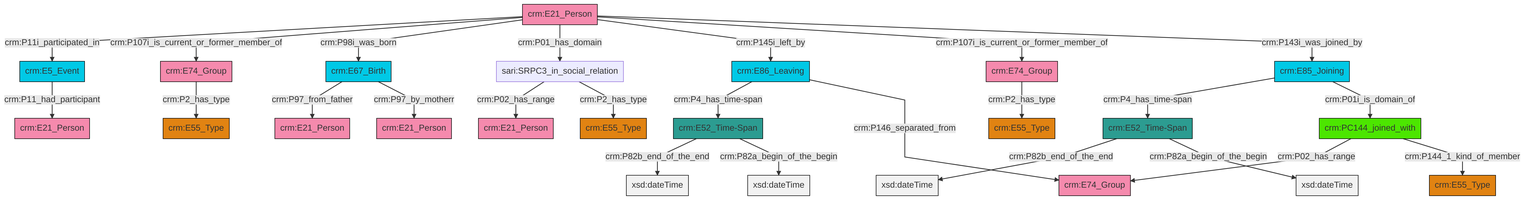
swiss-art-research-net/reference-data-models keeps this Mermaid diagram as et/personCSV/ttl/mmd/png/Person_Actor_Relations.png. Above is the earlier version. Its source is kept beside it as et/personCSV/ttl/mmd/Person_Actor_Relations.ttl.mmd.
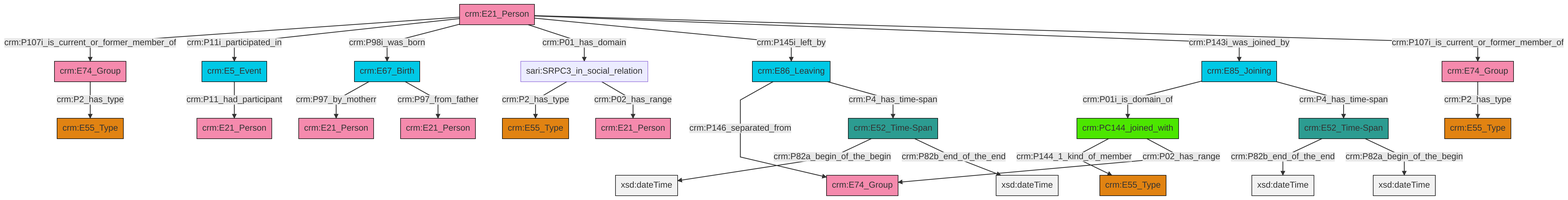
Later version of the same file.

Change to the diagram source:
```diff
@@ -13,27 +13,27 @@
 classDef PC_Classes fill:#4ce600, stroke:#000000;
 classDef Multi fill:#cccccc,stroke:#000000;
 
-0["crm:E21_Person"]:::Actor -->|crm:P11i_participated_in| 1["crm:E5_Event"]:::Temporal_Entity
-0["crm:E21_Person"]:::Actor -->|crm:P107i_is_current_or_former_member_of| 4["crm:E74_Group"]:::Actor
-5["crm:E52_Time-Span"]:::Time-Span -->|crm:P82b_end_of_the_end| 6[xsd:dateTime]:::Literal
-0["crm:E21_Person"]:::Actor -->|crm:P98i_was_born| 9["crm:E67_Birth"]:::Temporal_Entity
-17["crm:PC144_joined_with"]:::PC_Classes -->|crm:P02_has_range| 18["crm:E74_Group"]:::Actor
-15["crm:E85_Joining"]:::Temporal_Entity -->|crm:P4_has_time-span| 2["crm:E52_Time-Span"]:::Time-Span
-15["crm:E85_Joining"]:::Temporal_Entity -->|crm:P01i_is_domain_of| 17["crm:PC144_joined_with"]:::PC_Classes
-9["crm:E67_Birth"]:::Temporal_Entity -->|crm:P97_from_father| 21["crm:E21_Person"]:::Actor
-7["crm:E86_Leaving"]:::Temporal_Entity -->|crm:P4_has_time-span| 5["crm:E52_Time-Span"]:::Time-Span
-4["crm:E74_Group"]:::Actor -->|crm:P2_has_type| 25["crm:E55_Type"]:::Type
-9["crm:E67_Birth"]:::Temporal_Entity -->|crm:P97_by_motherr| 27["crm:E21_Person"]:::Actor
-1["crm:E5_Event"]:::Temporal_Entity -->|crm:P11_had_participant| 29["crm:E21_Person"]:::Actor
-5["crm:E52_Time-Span"]:::Time-Span -->|crm:P82a_begin_of_the_begin| 30[xsd:dateTime]:::Literal
-0["crm:E21_Person"]:::Actor -->|crm:P01_has_domain| 13["sari:SRPC3_in_social_relation"]:::Default
-0["crm:E21_Person"]:::Actor -->|crm:P145i_left_by| 7["crm:E86_Leaving"]:::Temporal_Entity
-7["crm:E86_Leaving"]:::Temporal_Entity -->|crm:P146_separated_from| 18["crm:E74_Group"]:::Actor
-2["crm:E52_Time-Span"]:::Time-Span -->|crm:P82b_end_of_the_end| 34[xsd:dateTime]:::Literal
-36["crm:E74_Group"]:::Actor -->|crm:P2_has_type| 11["crm:E55_Type"]:::Type
-0["crm:E21_Person"]:::Actor -->|crm:P107i_is_current_or_former_member_of| 36["crm:E74_Group"]:::Actor
-0["crm:E21_Person"]:::Actor -->|crm:P143i_was_joined_by| 15["crm:E85_Joining"]:::Temporal_Entity
-17["crm:PC144_joined_with"]:::PC_Classes -->|crm:P144_1_kind_of_member| 19["crm:E55_Type"]:::Type
-13["sari:SRPC3_in_social_relation"]:::Default -->|crm:P02_has_range| 23["crm:E21_Person"]:::Actor
-13["sari:SRPC3_in_social_relation"]:::Default -->|crm:P2_has_type| 37["crm:E55_Type"]:::Type
-2["crm:E52_Time-Span"]:::Time-Span -->|crm:P82a_begin_of_the_begin| 45[xsd:dateTime]:::Literal
+0["crm:E67_Birth"]:::Temporal_Entity -->|crm:P97_by_motherr| 1["crm:E21_Person"]:::Actor
+4["crm:E74_Group"]:::Actor -->|crm:P2_has_type| 2["crm:E55_Type"]:::Type
+5["crm:E52_Time-Span"]:::Time-Span -->|crm:P82a_begin_of_the_begin| 6[xsd:dateTime]:::Literal
+10["crm:E21_Person"]:::Actor -->|crm:P107i_is_current_or_former_member_of| 11["crm:E74_Group"]:::Actor
+13["crm:E85_Joining"]:::Temporal_Entity -->|crm:P01i_is_domain_of| 14["crm:PC144_joined_with"]:::PC_Classes
+10["crm:E21_Person"]:::Actor -->|crm:P11i_participated_in| 15["crm:E5_Event"]:::Temporal_Entity
+17["sari:SRPC3_in_social_relation"]:::Default -->|crm:P2_has_type| 18["crm:E55_Type"]:::Type
+14["crm:PC144_joined_with"]:::PC_Classes -->|crm:P144_1_kind_of_member| 19["crm:E55_Type"]:::Type
+10["crm:E21_Person"]:::Actor -->|crm:P98i_was_born| 0["crm:E67_Birth"]:::Temporal_Entity
+14["crm:PC144_joined_with"]:::PC_Classes -->|crm:P02_has_range| 8["crm:E74_Group"]:::Actor
+22["crm:E52_Time-Span"]:::Time-Span -->|crm:P82b_end_of_the_end| 23[xsd:dateTime]:::Literal
+17["sari:SRPC3_in_social_relation"]:::Default -->|crm:P02_has_range| 27["crm:E21_Person"]:::Actor
+15["crm:E5_Event"]:::Temporal_Entity -->|crm:P11_had_participant| 28["crm:E21_Person"]:::Actor
+10["crm:E21_Person"]:::Actor -->|crm:P01_has_domain| 17["sari:SRPC3_in_social_relation"]:::Default
+31["crm:E86_Leaving"]:::Temporal_Entity -->|crm:P146_separated_from| 8["crm:E74_Group"]:::Actor
+10["crm:E21_Person"]:::Actor -->|crm:P145i_left_by| 31["crm:E86_Leaving"]:::Temporal_Entity
+5["crm:E52_Time-Span"]:::Time-Span -->|crm:P82b_end_of_the_end| 37[xsd:dateTime]:::Literal
+10["crm:E21_Person"]:::Actor -->|crm:P143i_was_joined_by| 13["crm:E85_Joining"]:::Temporal_Entity
+11["crm:E74_Group"]:::Actor -->|crm:P2_has_type| 24["crm:E55_Type"]:::Type
+10["crm:E21_Person"]:::Actor -->|crm:P107i_is_current_or_former_member_of| 4["crm:E74_Group"]:::Actor
+13["crm:E85_Joining"]:::Temporal_Entity -->|crm:P4_has_time-span| 22["crm:E52_Time-Span"]:::Time-Span
+31["crm:E86_Leaving"]:::Temporal_Entity -->|crm:P4_has_time-span| 5["crm:E52_Time-Span"]:::Time-Span
+0["crm:E67_Birth"]:::Temporal_Entity -->|crm:P97_from_father| 43["crm:E21_Person"]:::Actor
+22["crm:E52_Time-Span"]:::Time-Span -->|crm:P82a_begin_of_the_begin| 45[xsd:dateTime]:::Literal
```
